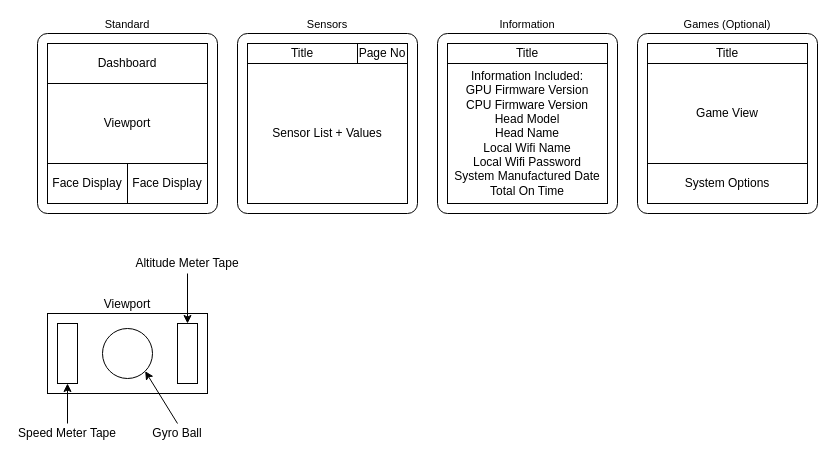
The draw.io diagram page "Brainstorm 2" (1 of 3) of Documents/HID Display.drawio in Cyberspecies/Synth-Head, before the edit. Source tidied: cells renumbered, new cells numbered last; positions are measured from the earlier drawing's top-left corner, leaving out a move shared by most shapes. Both pictures are drawn from the tidied source at 100%, with x=0, y=0 at pixel (17, 33).
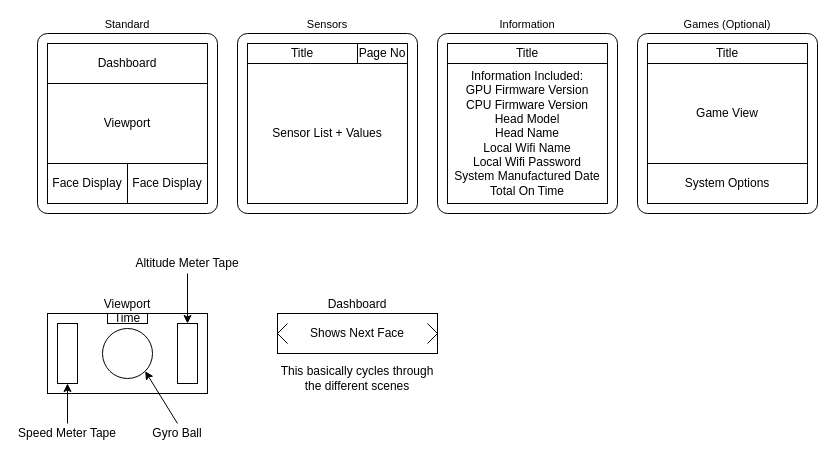
The same page after the edit.

Commit message (it also covers changes not shown here):
Added New Dashboard next scene selector preview ideation

Diff of the diagram source:
```diff
@@
+    <mxCell id="28" value="Dashboard" style="rounded=0;whiteSpace=wrap;html=1;strokeColor=default;align=center;verticalAlign=bottom;fontFamily=Helvetica;fontSize=12;fontColor=default;fillColor=default;labelPosition=center;verticalLabelPosition=top;" parent="1" vertex="1">
+      <mxGeometry x="260" y="280" width="160" height="40" as="geometry" />
+    </mxCell>
+    <mxCell id="29" value="Time" style="rounded=0;whiteSpace=wrap;html=1;" parent="1" vertex="1">
+      <mxGeometry x="90" y="280" width="40" height="10" as="geometry" />
+    </mxCell>
+    <mxCell id="30" style="endArrow=none;html=1;rounded=0;" parent="1" edge="1">
+      <mxGeometry relative="1" as="geometry">
+        <mxPoint x="270" y="310" as="sourcePoint" />
+        <mxPoint x="270" y="290" as="targetPoint" />
+        <Array as="points">
+          <mxPoint x="260" y="300" />
+        </Array>
+      </mxGeometry>
+    </mxCell>
+    <mxCell id="31" style="endArrow=none;html=1;rounded=0;" parent="1" edge="1">
+      <mxGeometry relative="1" as="geometry">
+        <mxPoint x="410" y="310" as="sourcePoint" />
+        <mxPoint x="410" y="290" as="targetPoint" />
+        <Array as="points">
+          <mxPoint x="420" y="300" />
+        </Array>
+      </mxGeometry>
+    </mxCell>
+    <mxCell id="32" value="Shows Next Face" style="text;html=1;whiteSpace=wrap;strokeColor=none;fillColor=none;align=center;verticalAlign=middle;rounded=0;" parent="1" vertex="1">
+      <mxGeometry x="290" y="290" width="100" height="20" as="geometry" />
+    </mxCell>
+    <mxCell id="33" value="This basically cycles through the different scenes" style="text;html=1;whiteSpace=wrap;strokeColor=none;fillColor=none;align=center;verticalAlign=middle;rounded=0;" parent="1" vertex="1">
+      <mxGeometry x="260" y="330" width="160" height="30" as="geometry" />
+    </mxCell>
```
